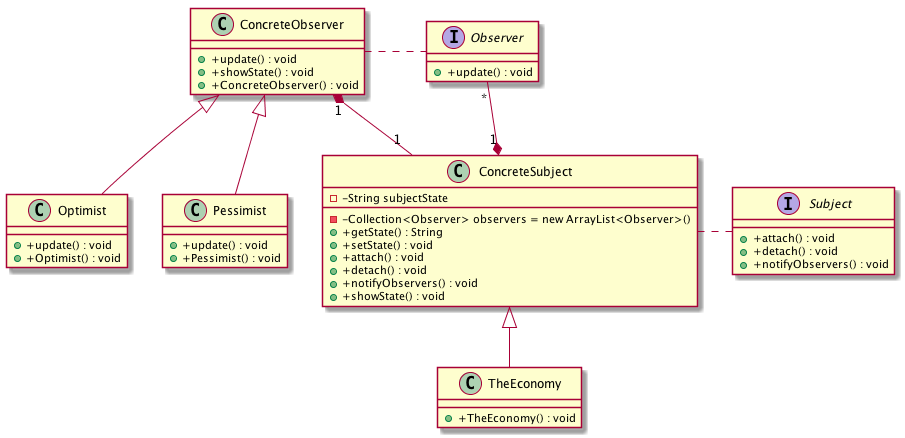
This is UMLGenerator/test-case-4.png from rashmishrm/UMLParser, a PlantUML export, as it was before one commit.
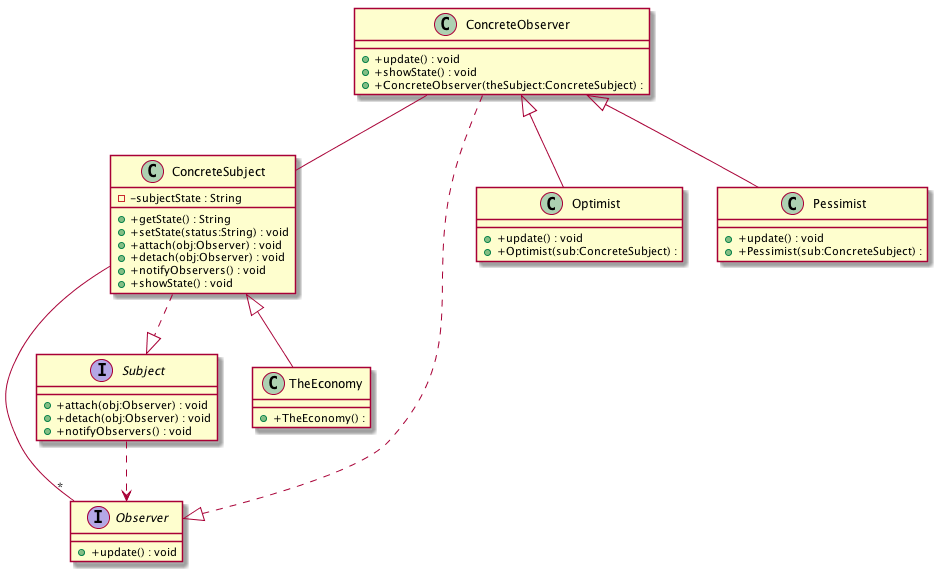
The same file after the commit.

Commit message:
junit test case for UMLParser class adding generated images.

Diff of the diagram source:
```diff
@@ -2,16 +2,15 @@
 class ConcreteObserver{
 + +update() : void
 + +showState() : void
-+ +ConcreteObserver() : void
++ +ConcreteObserver(theSubject:ConcreteSubject) :
 }
 
 class ConcreteSubject{
-- -String subjectState
-- -Collection<Observer> observers = new ArrayList<Observer>()
+- -subjectState : String
 + +getState() : String
-+ +setState() : void
-+ +attach() : void
-+ +detach() : void
++ +setState(status:String) : void
++ +attach(obj:Observer) : void
++ +detach(obj:Observer) : void
 + +notifyObservers() : void
 + +showState() : void
 }
@@ -22,30 +21,31 @@
 
 class Optimist{
 + +update() : void
-+ +Optimist() : void
++ +Optimist(sub:ConcreteSubject) :
 }
 
 class Pessimist{
 + +update() : void
-+ +Pessimist() : void
++ +Pessimist(sub:ConcreteSubject) :
 }
 
 interface Subject{
-+ +attach() : void
-+ +detach() : void
++ +attach(obj:Observer) : void
++ +detach(obj:Observer) : void
 + +notifyObservers() : void
 }
 
 class TheEconomy{
-+ +TheEconomy() : void
++ +TheEconomy() :
 }
 
-ConcreteObserver . Observer
-ConcreteObserver  "1" *--  "1"  ConcreteSubject
-ConcreteSubject . Subject
-ConcreteSubject  "1" *--  "*"  Observer
+ConcreteObserver ..|>Observer
+ConcreteSubject ..|>Subject
 ConcreteObserver<|--Optimist
 ConcreteObserver<|--Pessimist
 ConcreteSubject<|--TheEconomy
+ConcreteObserver  " " --  " "  ConcreteSubject
+ConcreteSubject  " " --  "*"  Observer
+Subject..>Observer
 
 @enduml
```
